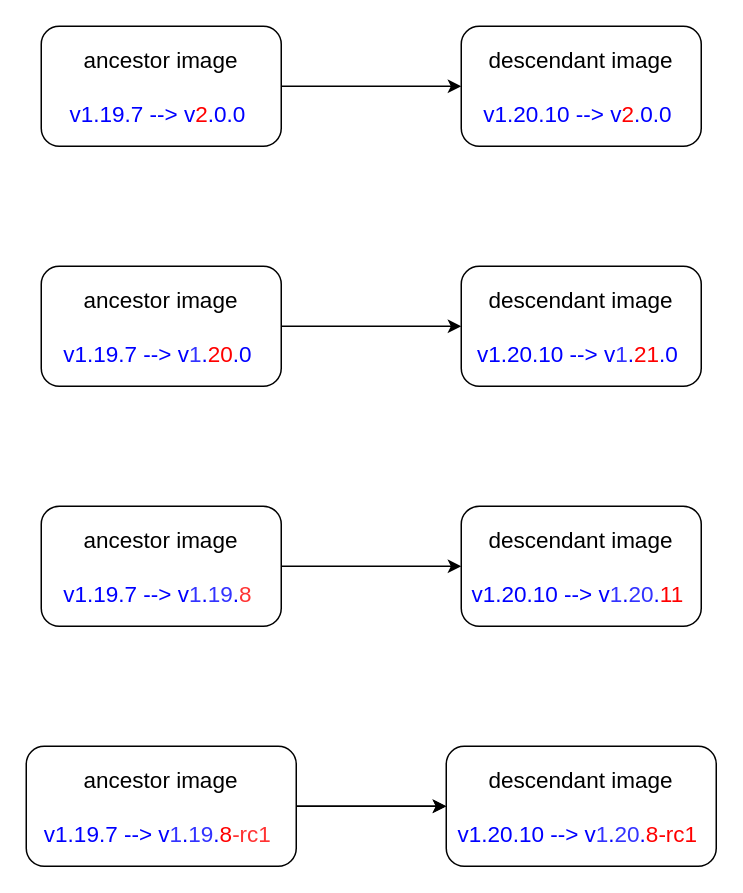
Before: packon-version-update.drawio in YanshanSong/draw.io, a draw.io diagram. Source tidied: cells renumbered, new cells numbered last; positions are measured from the earlier drawing's top-left corner, leaving out a move shared by most shapes. Both pictures are drawn from the tidied source at 150%, with x=0, y=0 at pixel (26, 26).
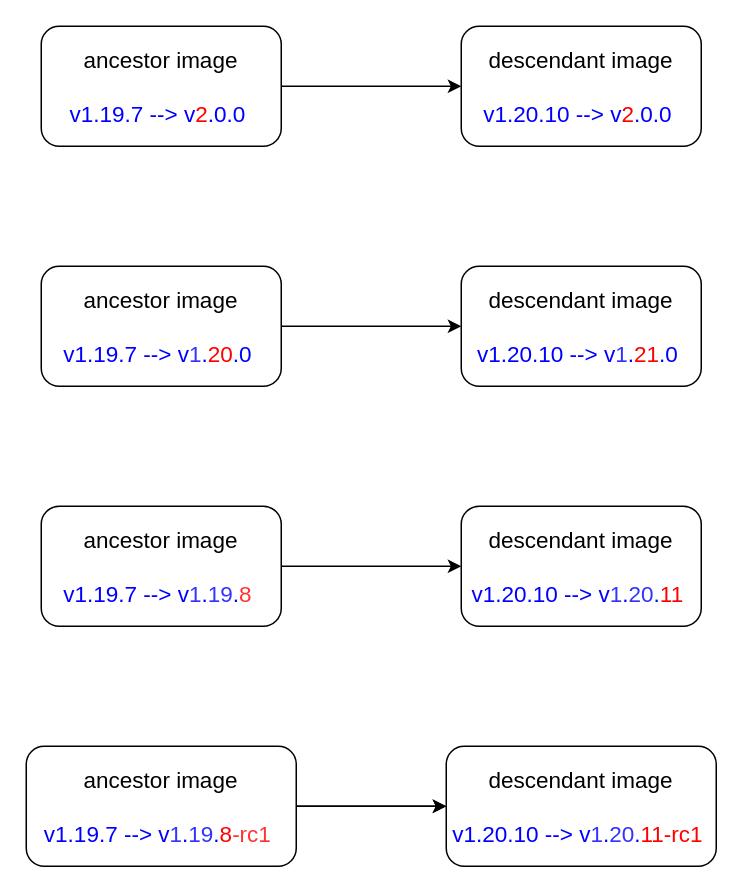
After the change.

Diff of the diagram source:
```diff
@@
 <mxGraphModel>
   <root>
     <mxCell id="0" />
     <mxCell id="1" parent="0" />
     <mxCell id="2" style="group;" parent="1" vertex="1">
       <mxGeometry x="10" width="440" height="80" as="geometry" />
     </mxCell>
     <mxCell id="3" value="&lt;font style=&quot;font-size: 15px;&quot;&gt;ancestor image&lt;br&gt;&lt;br&gt;&lt;font color=&quot;#0000ff&quot;&gt;v1.19.7 --&amp;gt; v&lt;/font&gt;&lt;font color=&quot;#ff0000&quot;&gt;2&lt;/font&gt;&lt;font color=&quot;#0000ff&quot;&gt;.0.0&lt;/font&gt;&amp;nbsp;&lt;br&gt;&lt;/font&gt;" style="rounded=1;whiteSpace=wrap;html=1;" parent="2" vertex="1">
       <mxGeometry width="160" height="80" as="geometry" />
     </mxCell>
     <mxCell id="4" value="&lt;font style=&quot;font-size: 15px;&quot;&gt;descendant image&lt;br&gt;&lt;br&gt;&lt;font color=&quot;#0000ff&quot;&gt;v1.20.10 --&amp;gt; v&lt;/font&gt;&lt;font color=&quot;#ff0000&quot;&gt;2&lt;/font&gt;&lt;font color=&quot;#0000ff&quot;&gt;.0.0&lt;/font&gt;&amp;nbsp;&lt;br&gt;&lt;/font&gt;" style="rounded=1;whiteSpace=wrap;html=1;" parent="2" vertex="1">
       <mxGeometry x="280" width="160" height="80" as="geometry" />
     </mxCell>
     <mxCell id="5" style="endArrow=classic;html=1;rounded=0;exitX=1;exitY=0.5;exitDx=0;exitDy=0;entryX=0;entryY=0.5;entryDx=0;entryDy=0;" parent="2" edge="1" source="3" target="4">
       <mxGeometry relative="1" as="geometry" />
     </mxCell>
     <mxCell id="6" style="group;" parent="1" vertex="1">
       <mxGeometry x="10" y="320" width="440" height="80" as="geometry" />
     </mxCell>
     <mxCell id="7" value="&lt;font style=&quot;font-size: 15px;&quot;&gt;ancestor image&lt;br&gt;&lt;br&gt;&lt;font color=&quot;#0000ff&quot;&gt;v1.19.7 --&amp;gt; v&lt;/font&gt;&lt;font color=&quot;#3333ff&quot;&gt;1&lt;/font&gt;&lt;font color=&quot;#0000ff&quot;&gt;.&lt;/font&gt;&lt;font color=&quot;#3333ff&quot;&gt;19&lt;/font&gt;&lt;font color=&quot;#0000ff&quot;&gt;.&lt;/font&gt;&lt;font color=&quot;#ff3333&quot;&gt;8&lt;/font&gt;&amp;nbsp;&lt;br&gt;&lt;/font&gt;" style="rounded=1;whiteSpace=wrap;html=1;" parent="6" vertex="1">
       <mxGeometry width="160" height="80" as="geometry" />
     </mxCell>
     <mxCell id="8" value="&lt;font style=&quot;font-size: 15px;&quot;&gt;descendant image&lt;br&gt;&lt;br&gt;&lt;font color=&quot;#0000ff&quot;&gt;v1.20.10 --&amp;gt; v&lt;/font&gt;&lt;font color=&quot;#3333ff&quot;&gt;1&lt;/font&gt;&lt;font color=&quot;#0000ff&quot;&gt;.&lt;/font&gt;&lt;font color=&quot;#3333ff&quot;&gt;20&lt;/font&gt;&lt;font color=&quot;#0000ff&quot;&gt;.&lt;/font&gt;&lt;font color=&quot;#ff0000&quot;&gt;11&lt;/font&gt;&amp;nbsp;&lt;br&gt;&lt;/font&gt;" style="rounded=1;whiteSpace=wrap;html=1;" parent="6" vertex="1">
       <mxGeometry x="280" width="160" height="80" as="geometry" />
     </mxCell>
     <mxCell id="9" style="endArrow=classic;html=1;rounded=0;exitX=1;exitY=0.5;exitDx=0;exitDy=0;entryX=0;entryY=0.5;entryDx=0;entryDy=0;" parent="6" edge="1" source="7" target="8">
       <mxGeometry relative="1" as="geometry" />
     </mxCell>
     <mxCell id="10" style="group;" parent="1" vertex="1">
       <mxGeometry x="10" y="160" width="440" height="80" as="geometry" />
     </mxCell>
     <mxCell id="11" value="&lt;font style=&quot;font-size: 15px;&quot;&gt;ancestor image&lt;br&gt;&lt;br&gt;&lt;font color=&quot;#0000ff&quot;&gt;v1.19.7 --&amp;gt; v&lt;/font&gt;&lt;font color=&quot;#3333ff&quot;&gt;1&lt;/font&gt;&lt;font color=&quot;#0000ff&quot;&gt;.&lt;/font&gt;&lt;font color=&quot;#ff0000&quot;&gt;20&lt;/font&gt;&lt;font color=&quot;#0000ff&quot;&gt;.0&lt;/font&gt;&amp;nbsp;&lt;br&gt;&lt;/font&gt;" style="rounded=1;whiteSpace=wrap;html=1;" parent="10" vertex="1">
       <mxGeometry width="160" height="80" as="geometry" />
     </mxCell>
     <mxCell id="12" value="&lt;font style=&quot;font-size: 15px;&quot;&gt;descendant image&lt;br&gt;&lt;br&gt;&lt;font color=&quot;#0000ff&quot;&gt;v1.20.10 --&amp;gt; v&lt;/font&gt;&lt;font color=&quot;#3333ff&quot;&gt;1&lt;/font&gt;&lt;font color=&quot;#0000ff&quot;&gt;.&lt;/font&gt;&lt;font color=&quot;#ff0000&quot;&gt;21&lt;/font&gt;&lt;font color=&quot;#0000ff&quot;&gt;.0&lt;/font&gt;&amp;nbsp;&lt;br&gt;&lt;/font&gt;" style="rounded=1;whiteSpace=wrap;html=1;" parent="10" vertex="1">
       <mxGeometry x="280" width="160" height="80" as="geometry" />
     </mxCell>
     <mxCell id="13" style="endArrow=classic;html=1;rounded=0;exitX=1;exitY=0.5;exitDx=0;exitDy=0;entryX=0;entryY=0.5;entryDx=0;entryDy=0;" parent="10" edge="1" source="11" target="12">
       <mxGeometry relative="1" as="geometry" />
     </mxCell>
     <mxCell id="14" style="group;" parent="1" vertex="1">
       <mxGeometry y="480" width="460" height="80" as="geometry" />
     </mxCell>
     <mxCell id="15" value="&lt;font style=&quot;font-size: 15px;&quot;&gt;ancestor image&lt;br&gt;&lt;br&gt;&lt;font color=&quot;#0000ff&quot;&gt;v1.19.7 --&amp;gt; v&lt;/font&gt;&lt;font color=&quot;#3333ff&quot;&gt;1&lt;/font&gt;&lt;font color=&quot;#0000ff&quot;&gt;.&lt;/font&gt;&lt;font color=&quot;#3333ff&quot;&gt;19&lt;/font&gt;&lt;font color=&quot;#0000ff&quot;&gt;.&lt;/font&gt;&lt;font color=&quot;#ff0000&quot;&gt;8&lt;/font&gt;&lt;font color=&quot;#ff3333&quot;&gt;-rc1&lt;/font&gt;&amp;nbsp;&lt;br&gt;&lt;/font&gt;" style="rounded=1;whiteSpace=wrap;html=1;" parent="14" vertex="1">
       <mxGeometry width="180" height="80" as="geometry" />
     </mxCell>
-    <mxCell id="16" value="&lt;font style=&quot;font-size: 15px;&quot;&gt;descendant image&lt;br&gt;&lt;br&gt;&lt;font color=&quot;#0000ff&quot;&gt;v1.20.10 --&amp;gt; v&lt;/font&gt;&lt;font color=&quot;#3333ff&quot;&gt;1&lt;/font&gt;&lt;font color=&quot;#0000ff&quot;&gt;.&lt;/font&gt;&lt;font color=&quot;#3333ff&quot;&gt;20&lt;/font&gt;&lt;font color=&quot;#0000ff&quot;&gt;.&lt;/font&gt;&lt;font color=&quot;#ff0000&quot;&gt;8-rc1&lt;/font&gt;&amp;nbsp;&lt;br&gt;&lt;/font&gt;" style="rounded=1;whiteSpace=wrap;html=1;" parent="14" vertex="1">
+    <mxCell id="16" value="&lt;font style=&quot;font-size: 15px;&quot;&gt;descendant image&lt;br&gt;&lt;br&gt;&lt;font color=&quot;#0000ff&quot;&gt;v1.20.10 --&amp;gt; v&lt;/font&gt;&lt;font color=&quot;#3333ff&quot;&gt;1&lt;/font&gt;&lt;font color=&quot;#0000ff&quot;&gt;.&lt;/font&gt;&lt;font color=&quot;#3333ff&quot;&gt;20&lt;/font&gt;&lt;font color=&quot;#0000ff&quot;&gt;.&lt;/font&gt;&lt;font color=&quot;#ff0000&quot;&gt;11-rc1&lt;/font&gt;&amp;nbsp;&lt;br&gt;&lt;/font&gt;" style="rounded=1;whiteSpace=wrap;html=1;" parent="14" vertex="1">
       <mxGeometry x="280" width="180" height="80" as="geometry" />
     </mxCell>
     <mxCell id="17" style="endArrow=classic;html=1;rounded=0;exitX=1;exitY=0.5;exitDx=0;exitDy=0;entryX=0;entryY=0.5;entryDx=0;entryDy=0;" parent="14" edge="1" source="15" target="16">
       <mxGeometry relative="1" as="geometry" />
     </mxCell>
     <mxCell id="18" style="edgeStyle=orthogonalEdgeStyle;rounded=0;jettySize=auto;html=1;" parent="14" edge="1" source="15" target="16">
       <mxGeometry relative="1" as="geometry" />
     </mxCell>
   </root>
 </mxGraphModel>
```
